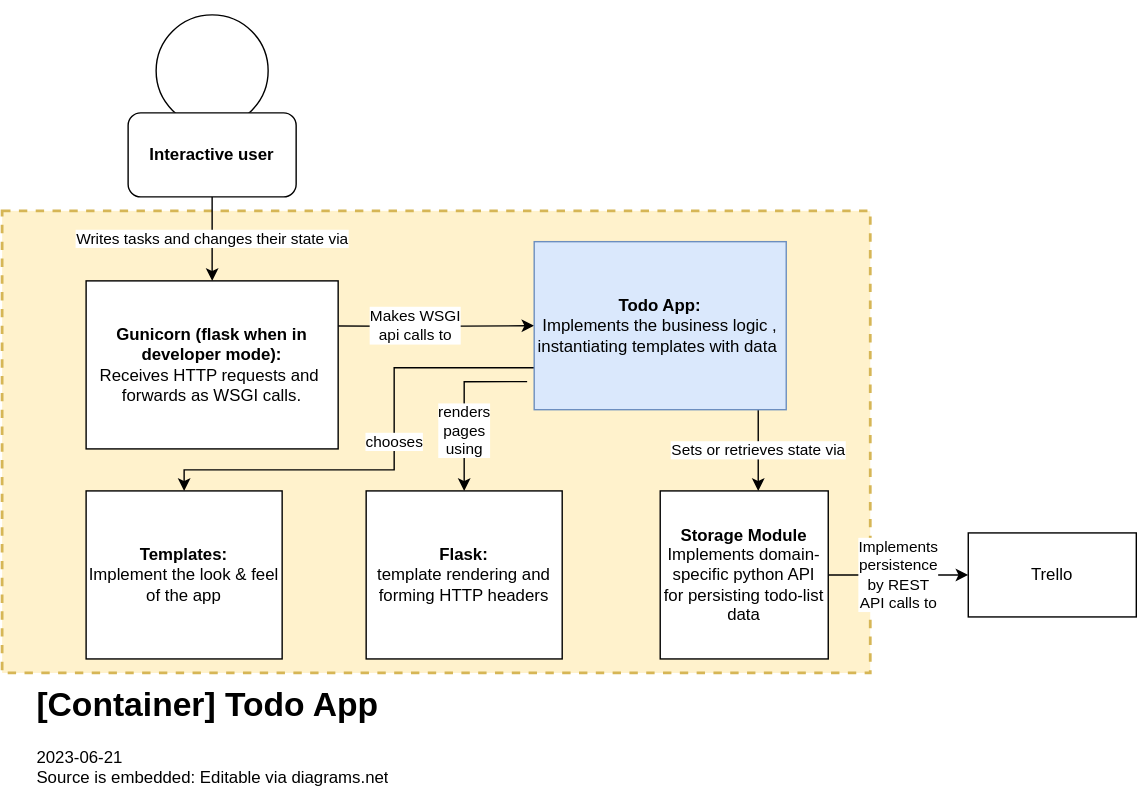
Earlier version of the draw.io export architecture/c4-1.svg (sweavo/devops-course-starter). Source tidied: cells renumbered, new cells last; positions are measured from the earlier drawing's top-left corner, leaving out a move shared by most shapes.
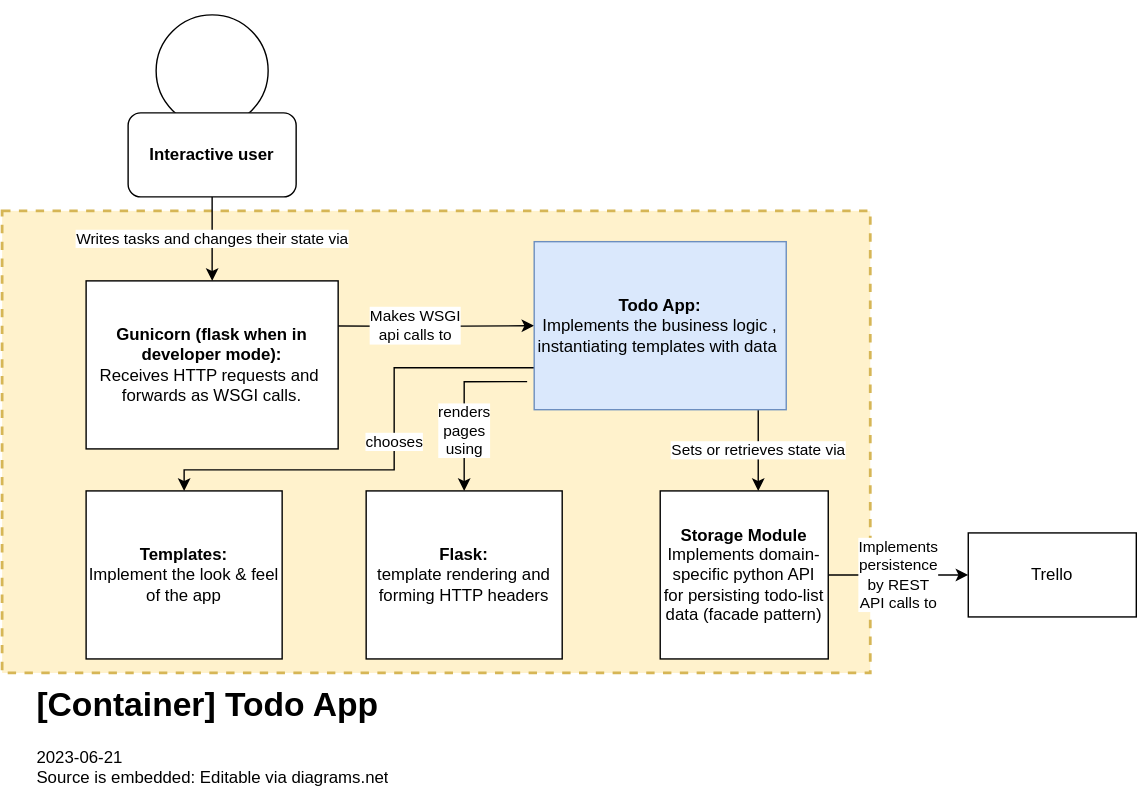
The same file after the commit.

Commit message:
updates during workshop

The edit, as a diff of the source:
```diff
@@ -60,7 +60,7 @@
     <mxCell id="14" value="Implements &lt;br&gt;persistence &lt;br&gt;by REST &lt;br&gt;API calls to" style="edgeStyle=orthogonalEdgeStyle;rounded=0;jettySize=auto;html=1;" parent="1" edge="1" source="15" target="5">
       <mxGeometry relative="1" as="geometry" />
     </mxCell>
-    <mxCell id="15" value="&lt;b&gt;Storage Module&lt;/b&gt;&lt;br&gt;Implements domain-specific python API for persisting todo-list data" style="rounded=0;whiteSpace=wrap;html=1;" parent="1" vertex="1">
+    <mxCell id="15" value="&lt;b&gt;Storage Module&lt;/b&gt;&lt;br&gt;Implements domain-specific python API for persisting todo-list data (facade pattern)" style="rounded=0;whiteSpace=wrap;html=1;" parent="1" vertex="1">
       <mxGeometry x="470" y="350" width="120" height="120" as="geometry" />
     </mxCell>
     <mxCell id="16" value="&lt;b&gt;Flask:&lt;/b&gt;&lt;br&gt;template rendering and forming HTTP headers" style="rounded=0;whiteSpace=wrap;html=1;" parent="1" vertex="1">
```
